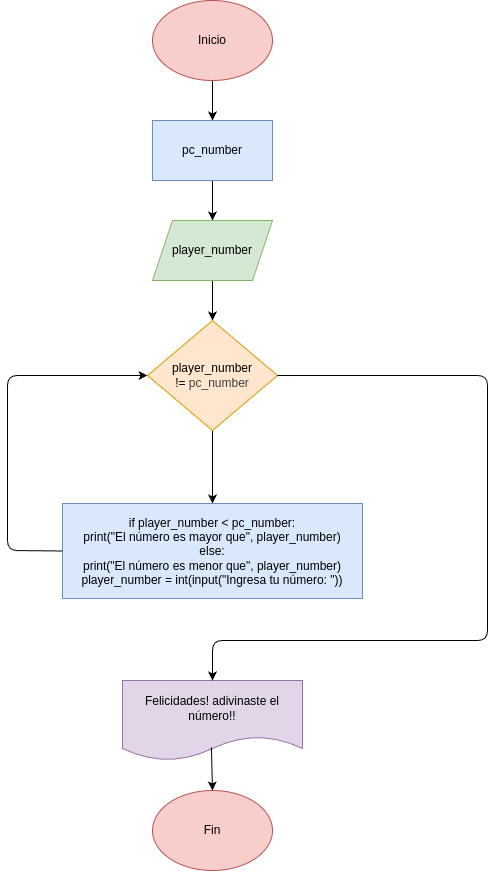
Before: Ejercicio 3/diagrama.png, a diagram exported from draw.io (michaelmorales-web/taller_while_2). Source tidied: cells renumbered, new cells last; positions are measured from the earlier drawing's top-left corner, leaving out a move shared by most shapes. The source it was exported from:
```xml
<mxGraphModel>
  <root>
    <mxCell id="0" />
    <mxCell id="1" parent="0" />
    <mxCell id="2" style="edgeStyle=none;html=1;" parent="1" edge="1" source="3" target="5">
      <mxGeometry relative="1" as="geometry" />
    </mxCell>
    <mxCell id="3" value="Inicio" style="ellipse;whiteSpace=wrap;html=1;fillColor=#f8cecc;strokeColor=#b85450;" parent="1" vertex="1">
      <mxGeometry x="145" width="120" height="80" as="geometry" />
    </mxCell>
    <mxCell id="4" style="edgeStyle=none;html=1;" parent="1" edge="1" source="5" target="7">
      <mxGeometry relative="1" as="geometry" />
    </mxCell>
    <mxCell id="5" value="pc_number" style="whiteSpace=wrap;html=1;fillColor=#dae8fc;strokeColor=#6c8ebf;" parent="1" vertex="1">
      <mxGeometry x="145" y="120" width="120" height="60" as="geometry" />
    </mxCell>
    <mxCell id="6" style="edgeStyle=none;html=1;" parent="1" edge="1" source="7" target="9">
      <mxGeometry relative="1" as="geometry" />
    </mxCell>
    <mxCell id="7" value="player_number" style="shape=parallelogram;perimeter=parallelogramPerimeter;whiteSpace=wrap;html=1;fixedSize=1;fillColor=#d5e8d4;strokeColor=#82b366;" parent="1" vertex="1">
      <mxGeometry x="145" y="220" width="120" height="60" as="geometry" />
    </mxCell>
    <mxCell id="8" style="edgeStyle=none;html=1;" parent="1" edge="1" source="9" target="10">
      <mxGeometry relative="1" as="geometry" />
    </mxCell>
    <mxCell id="9" value="player_number !=&amp;nbsp;&lt;span style=&quot;color: rgb(63, 63, 63); background-color: transparent;&quot;&gt;pc_number&lt;/span&gt;" style="rhombus;whiteSpace=wrap;html=1;fillColor=#ffe6cc;strokeColor=#d79b00;" parent="1" vertex="1">
      <mxGeometry x="140" y="320" width="130" height="110" as="geometry" />
    </mxCell>
    <mxCell id="10" value="if player_number &amp;lt; pc_number:&lt;div&gt;print(&quot;El número es mayor que&quot;, player_number)&lt;/div&gt;&lt;div&gt;else:&lt;/div&gt;&lt;div&gt;print(&quot;El número es menor que&quot;, player_number)&lt;/div&gt;&lt;div&gt;player_number = int(input(&quot;Ingresa tu número: &quot;))&lt;/div&gt;" style="whiteSpace=wrap;html=1;fillColor=#dae8fc;strokeColor=#6c8ebf;" parent="1" vertex="1">
      <mxGeometry x="55" y="503" width="300" height="95" as="geometry" />
    </mxCell>
    <mxCell id="11" style="endArrow=classic;html=1;exitX=0;exitY=0.5;exitDx=0;exitDy=0;entryX=0;entryY=0.5;entryDx=0;entryDy=0;" parent="1" edge="1" source="10" target="9">
      <mxGeometry relative="1" as="geometry">
        <Array as="points">
          <mxPoint y="550" />
          <mxPoint y="375" />
        </Array>
      </mxGeometry>
    </mxCell>
    <mxCell id="12" value="Felicidades! adivinaste el número!!" style="shape=document;whiteSpace=wrap;html=1;boundedLbl=1;fillColor=#e1d5e7;strokeColor=#9673a6;" parent="1" vertex="1">
      <mxGeometry x="115" y="680" width="180" height="80" as="geometry" />
    </mxCell>
    <mxCell id="13" style="endArrow=classic;html=1;exitX=1;exitY=0.5;exitDx=0;exitDy=0;entryX=0.5;entryY=0;entryDx=0;entryDy=0;" parent="1" edge="1" source="9" target="12">
      <mxGeometry relative="1" as="geometry">
        <Array as="points">
          <mxPoint x="480" y="375" />
          <mxPoint x="480" y="640" />
          <mxPoint x="205" y="640" />
        </Array>
      </mxGeometry>
    </mxCell>
    <mxCell id="14" value="Fin" style="ellipse;whiteSpace=wrap;html=1;fillColor=#f8cecc;strokeColor=#b85450;" parent="1" vertex="1">
      <mxGeometry x="145" y="790" width="120" height="80" as="geometry" />
    </mxCell>
    <mxCell id="15" style="endArrow=classic;html=1;exitX=0.494;exitY=0.838;exitDx=0;exitDy=0;exitPerimeter=0;entryX=0.5;entryY=0;entryDx=0;entryDy=0;" parent="1" edge="1" source="12" target="14">
      <mxGeometry relative="1" as="geometry" />
    </mxCell>
  </root>
</mxGraphModel>
```
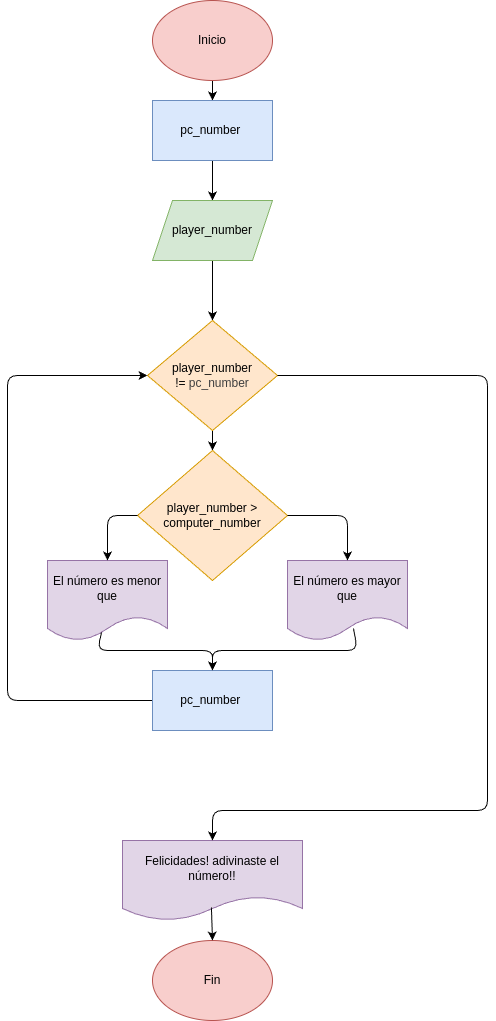
The same diagram one commit later.

Diff of the diagram source:
```diff
@@ -11,49 +11,88 @@
     <mxCell id="4" style="edgeStyle=none;html=1;" parent="1" edge="1" source="5" target="7">
       <mxGeometry relative="1" as="geometry" />
     </mxCell>
-    <mxCell id="5" value="pc_number" style="whiteSpace=wrap;html=1;fillColor=#dae8fc;strokeColor=#6c8ebf;" parent="1" vertex="1">
-      <mxGeometry x="145" y="120" width="120" height="60" as="geometry" />
+    <mxCell id="5" value="pc_number&amp;nbsp;" style="whiteSpace=wrap;html=1;fillColor=#dae8fc;strokeColor=#6c8ebf;" parent="1" vertex="1">
+      <mxGeometry x="145" y="100" width="120" height="60" as="geometry" />
     </mxCell>
-    <mxCell id="6" style="edgeStyle=none;html=1;" parent="1" edge="1" source="7" target="9">
+    <mxCell id="6" style="edgeStyle=none;html=1;entryX=0.5;entryY=0;entryDx=0;entryDy=0;" parent="1" edge="1" source="7" target="9">
       <mxGeometry relative="1" as="geometry" />
     </mxCell>
     <mxCell id="7" value="player_number" style="shape=parallelogram;perimeter=parallelogramPerimeter;whiteSpace=wrap;html=1;fixedSize=1;fillColor=#d5e8d4;strokeColor=#82b366;" parent="1" vertex="1">
-      <mxGeometry x="145" y="220" width="120" height="60" as="geometry" />
+      <mxGeometry x="145" y="200" width="120" height="60" as="geometry" />
     </mxCell>
-    <mxCell id="8" style="edgeStyle=none;html=1;" parent="1" edge="1" source="9" target="10">
-      <mxGeometry relative="1" as="geometry" />
-    </mxCell>
+    <mxCell id="16" style="edgeStyle=none;html=1;" parent="1" edge="1" source="9" target="17">
+      <mxGeometry relative="1" as="geometry" />
+    </mxCell>
     <mxCell id="9" value="player_number !=&amp;nbsp;&lt;span style=&quot;color: rgb(63, 63, 63); background-color: transparent;&quot;&gt;pc_number&lt;/span&gt;" style="rhombus;whiteSpace=wrap;html=1;fillColor=#ffe6cc;strokeColor=#d79b00;" parent="1" vertex="1">
       <mxGeometry x="140" y="320" width="130" height="110" as="geometry" />
     </mxCell>
-    <mxCell id="10" value="if player_number &amp;lt; pc_number:&lt;div&gt;print(&quot;El número es mayor que&quot;, player_number)&lt;/div&gt;&lt;div&gt;else:&lt;/div&gt;&lt;div&gt;print(&quot;El número es menor que&quot;, player_number)&lt;/div&gt;&lt;div&gt;player_number = int(input(&quot;Ingresa tu número: &quot;))&lt;/div&gt;" style="whiteSpace=wrap;html=1;fillColor=#dae8fc;strokeColor=#6c8ebf;" parent="1" vertex="1">
-      <mxGeometry x="55" y="503" width="300" height="95" as="geometry" />
-    </mxCell>
-    <mxCell id="11" style="endArrow=classic;html=1;exitX=0;exitY=0.5;exitDx=0;exitDy=0;entryX=0;entryY=0.5;entryDx=0;entryDy=0;" parent="1" edge="1" source="10" target="9">
+    <mxCell id="11" style="endArrow=classic;html=1;entryX=0;entryY=0.5;entryDx=0;entryDy=0;exitX=0;exitY=0.5;exitDx=0;exitDy=0;" parent="1" edge="1" source="22" target="9">
       <mxGeometry relative="1" as="geometry">
         <Array as="points">
-          <mxPoint y="550" />
+          <mxPoint y="700" />
           <mxPoint y="375" />
         </Array>
       </mxGeometry>
     </mxCell>
     <mxCell id="12" value="Felicidades! adivinaste el número!!" style="shape=document;whiteSpace=wrap;html=1;boundedLbl=1;fillColor=#e1d5e7;strokeColor=#9673a6;" parent="1" vertex="1">
-      <mxGeometry x="115" y="680" width="180" height="80" as="geometry" />
+      <mxGeometry x="115" y="840" width="180" height="80" as="geometry" />
     </mxCell>
     <mxCell id="13" style="endArrow=classic;html=1;exitX=1;exitY=0.5;exitDx=0;exitDy=0;entryX=0.5;entryY=0;entryDx=0;entryDy=0;" parent="1" edge="1" source="9" target="12">
       <mxGeometry relative="1" as="geometry">
         <Array as="points">
           <mxPoint x="480" y="375" />
-          <mxPoint x="480" y="640" />
-          <mxPoint x="205" y="640" />
+          <mxPoint x="480" y="810" />
+          <mxPoint x="205" y="810" />
         </Array>
       </mxGeometry>
     </mxCell>
     <mxCell id="14" value="Fin" style="ellipse;whiteSpace=wrap;html=1;fillColor=#f8cecc;strokeColor=#b85450;" parent="1" vertex="1">
-      <mxGeometry x="145" y="790" width="120" height="80" as="geometry" />
+      <mxGeometry x="145" y="940" width="120" height="80" as="geometry" />
     </mxCell>
     <mxCell id="15" style="endArrow=classic;html=1;exitX=0.494;exitY=0.838;exitDx=0;exitDy=0;exitPerimeter=0;entryX=0.5;entryY=0;entryDx=0;entryDy=0;" parent="1" edge="1" source="12" target="14">
       <mxGeometry relative="1" as="geometry" />
     </mxCell>
+    <mxCell id="17" value="player_number &amp;gt; computer_number" style="rhombus;whiteSpace=wrap;html=1;fillColor=#ffe6cc;strokeColor=#d79b00;" parent="1" vertex="1">
+      <mxGeometry x="130" y="450" width="150" height="130" as="geometry" />
+    </mxCell>
+    <mxCell id="18" value="El número es mayor que" style="shape=document;whiteSpace=wrap;html=1;boundedLbl=1;fillColor=#e1d5e7;strokeColor=#9673a6;" parent="1" vertex="1">
+      <mxGeometry x="280" y="560" width="120" height="80" as="geometry" />
+    </mxCell>
+    <mxCell id="19" value="El número es menor que" style="shape=document;whiteSpace=wrap;html=1;boundedLbl=1;fillColor=#e1d5e7;strokeColor=#9673a6;" parent="1" vertex="1">
+      <mxGeometry x="40" y="560" width="120" height="80" as="geometry" />
+    </mxCell>
+    <mxCell id="20" style="endArrow=classic;html=1;exitX=0;exitY=0.5;exitDx=0;exitDy=0;entryX=0.5;entryY=0;entryDx=0;entryDy=0;" parent="1" edge="1" source="17" target="19">
+      <mxGeometry relative="1" as="geometry">
+        <Array as="points">
+          <mxPoint x="100" y="515" />
+        </Array>
+      </mxGeometry>
+    </mxCell>
+    <mxCell id="21" style="endArrow=classic;html=1;exitX=1;exitY=0.5;exitDx=0;exitDy=0;entryX=0.5;entryY=0;entryDx=0;entryDy=0;" parent="1" edge="1" source="17" target="18">
+      <mxGeometry relative="1" as="geometry">
+        <Array as="points">
+          <mxPoint x="340" y="515" />
+        </Array>
+      </mxGeometry>
+    </mxCell>
+    <mxCell id="22" value="pc_number&amp;nbsp;" style="whiteSpace=wrap;html=1;fillColor=#dae8fc;strokeColor=#6c8ebf;" parent="1" vertex="1">
+      <mxGeometry x="145" y="670" width="120" height="60" as="geometry" />
+    </mxCell>
+    <mxCell id="23" style="endArrow=classic;html=1;exitX=0.45;exitY=0.9;exitDx=0;exitDy=0;exitPerimeter=0;entryX=0.5;entryY=0;entryDx=0;entryDy=0;" parent="1" edge="1" source="19" target="22">
+      <mxGeometry relative="1" as="geometry">
+        <Array as="points">
+          <mxPoint x="90" y="650" />
+          <mxPoint x="205" y="650" />
+        </Array>
+      </mxGeometry>
+    </mxCell>
+    <mxCell id="24" style="endArrow=classic;html=1;exitX=0.55;exitY=0.85;exitDx=0;exitDy=0;exitPerimeter=0;entryX=0.5;entryY=0;entryDx=0;entryDy=0;" parent="1" edge="1" source="18" target="22">
+      <mxGeometry relative="1" as="geometry">
+        <Array as="points">
+          <mxPoint x="350" y="650" />
+          <mxPoint x="205" y="650" />
+        </Array>
+      </mxGeometry>
+    </mxCell>
   </root>
 </mxGraphModel>
```
